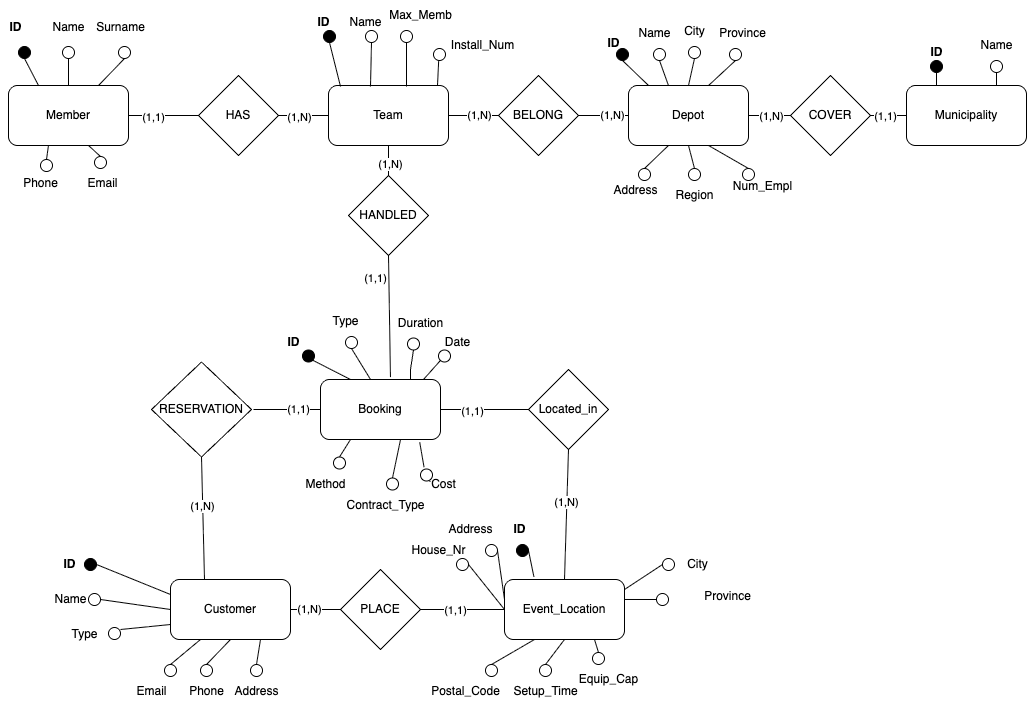
The draw.io diagram Exam/Documentation/images/ER-def.png in FValerio96/DB_system, before a commit. Source tidied: cells renumbered, new cells last; positions are measured from the earlier drawing's top-left corner, leaving out a move shared by most shapes.
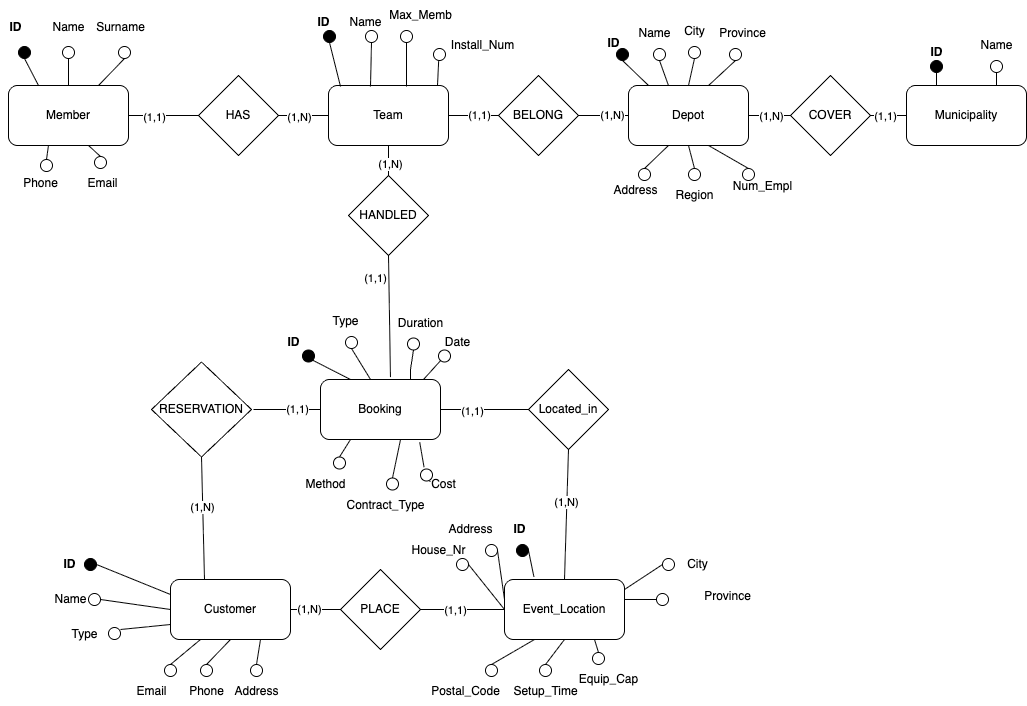
After the change.

Change to the diagram source:
```diff
@@ -112,7 +112,7 @@
     <mxCell id="35" style="endArrow=none;html=1;rounded=0;exitX=1;exitY=0.5;exitDx=0;exitDy=0;entryX=0;entryY=0.5;entryDx=0;entryDy=0;" parent="1" edge="1" source="5" target="34">
       <mxGeometry relative="1" as="geometry" />
     </mxCell>
-    <mxCell id="36" value="(1,N)" style="edgeLabel;html=1;align=center;verticalAlign=middle;" parent="35" vertex="1">
+    <mxCell id="36" value="(1,1)" style="edgeLabel;html=1;align=center;verticalAlign=middle;" parent="35" vertex="1">
       <mxGeometry x="0.2" y="1" relative="1" as="geometry" />
     </mxCell>
     <mxCell id="37" style="endArrow=none;html=1;rounded=0;exitX=1;exitY=0.5;exitDx=0;exitDy=0;entryX=0;entryY=0.5;entryDx=0;entryDy=0;" parent="1" edge="1" source="34" target="7">
```
